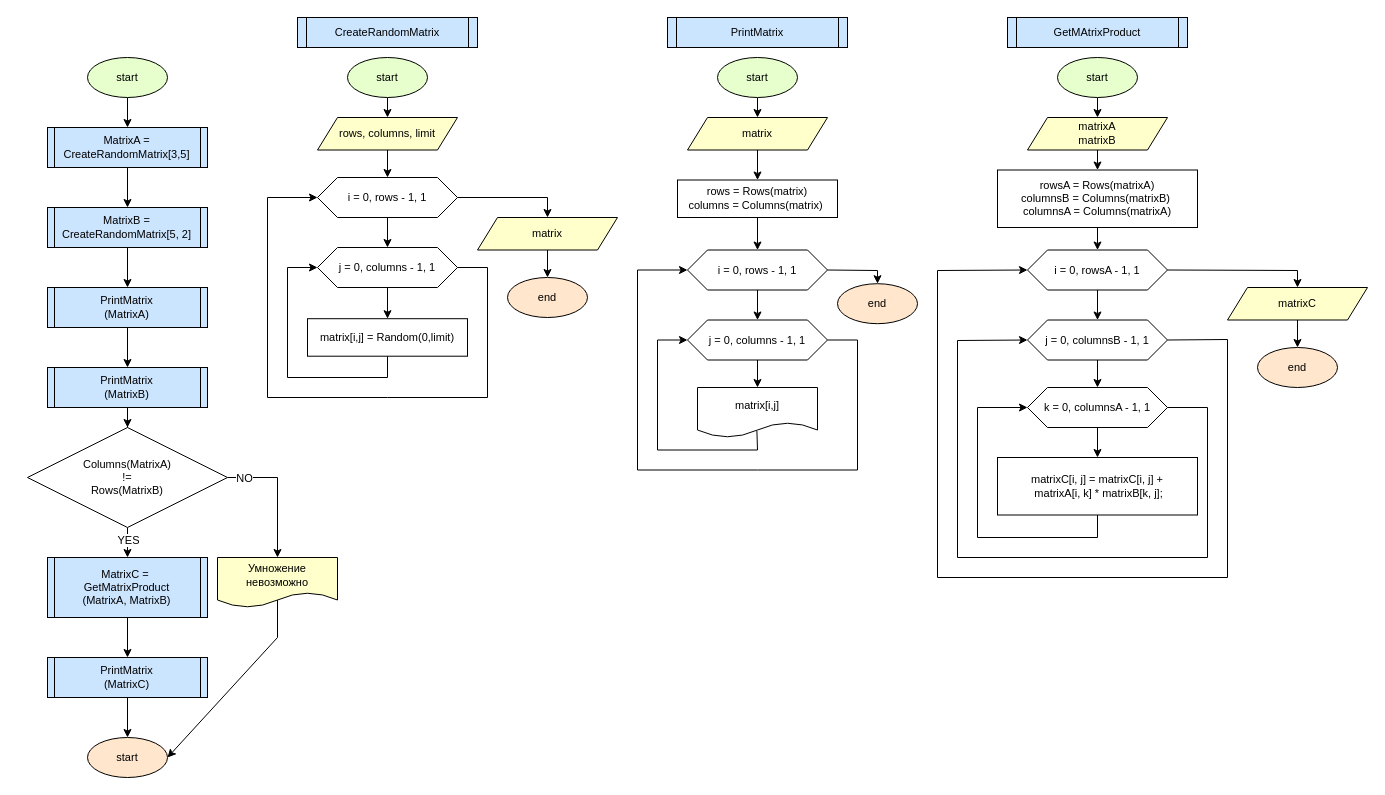
Before: LESSON_6/TASK_6_2/CHART.drawio in SegaBash/CS_Task, a draw.io diagram. Source tidied: cells renumbered, new cells numbered last; positions are measured from the earlier drawing's top-left corner, leaving out a move shared by most shapes. Both pictures are drawn from the tidied source at 100%, with x=0, y=0 at pixel (27, 17).
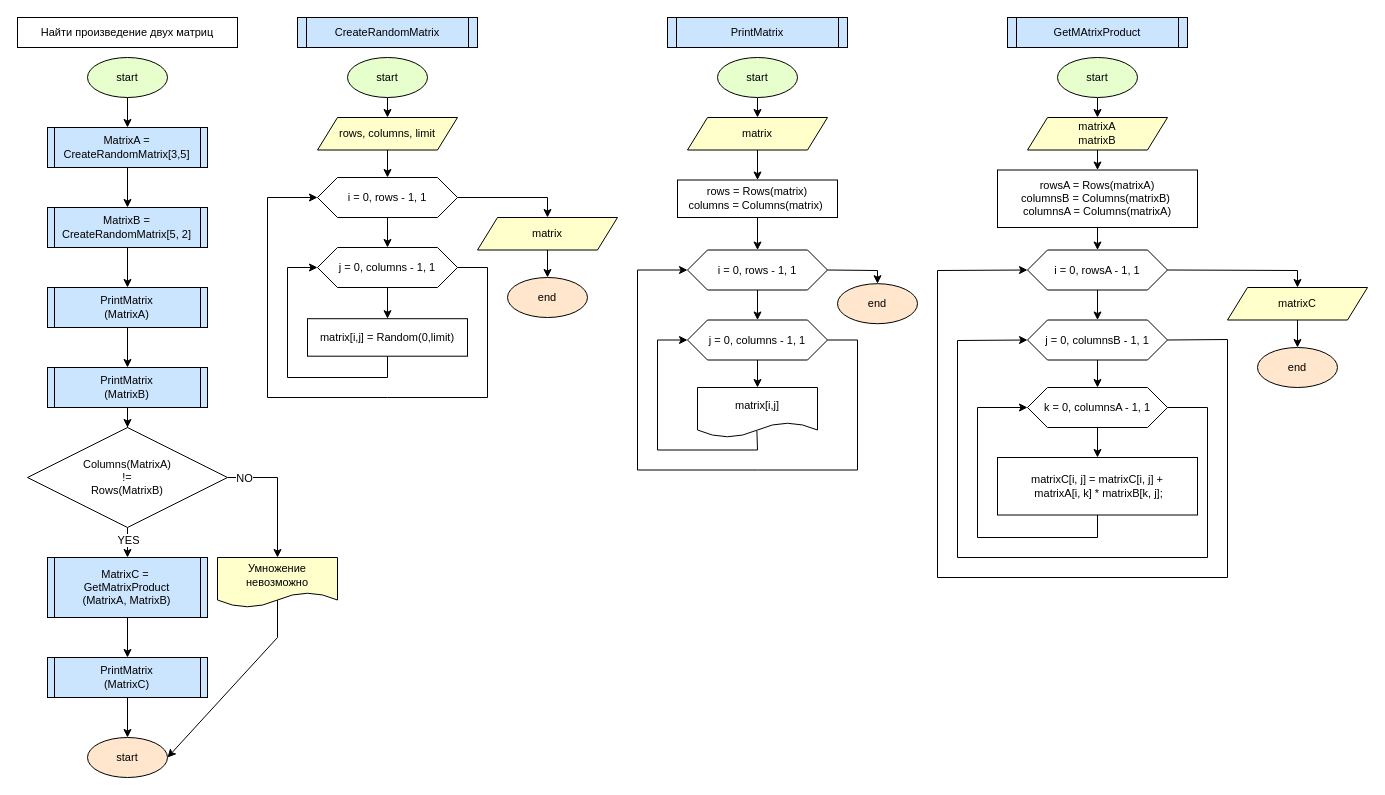
Above is the later version.

The edit, as a diff of the source:
```diff
@@
+    <mxCell id="77" value="Найти произведение двух матриц" style="whiteSpace=wrap;html=1;rounded=0;fontSize=11;fillColor=#FFFFFF;strokeColor=#000000;fontColor=#000000;labelBackgroundColor=none;endArrow=classic;" parent="1" vertex="1">
+      <mxGeometry x="-10" width="220" height="30" as="geometry" />
+    </mxCell>
```
